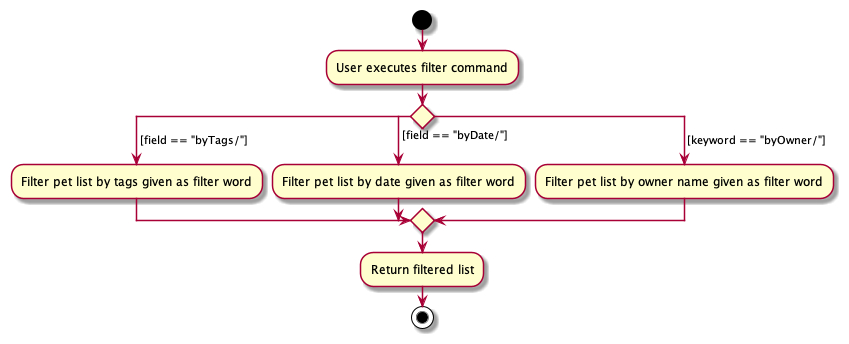
Above: docs/images/FilterActivityDiagram.png in nus-cs2103-AY2122S2/tp (PlantUML), before the change.
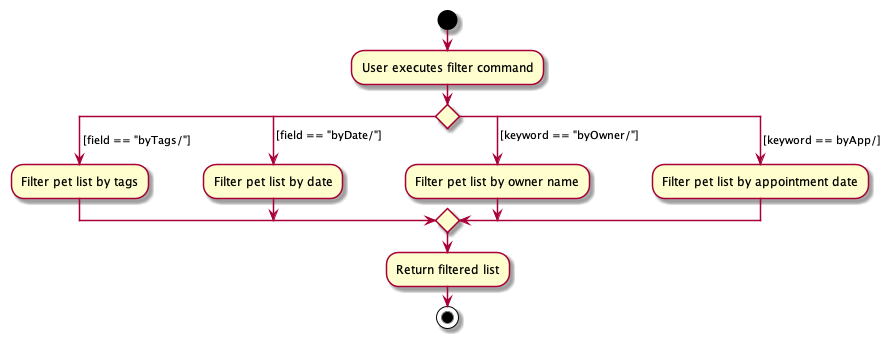
Later version of the same file.

What changed in the source:
```diff
@@ -1,14 +1,15 @@
 @startuml
-!pragma useVerticalIf on
 start
 :User executes filter command;
 switch ()
 case ( [field == "byTags/"] )
-    :Filter pet list by tags given as filter word;
+    :Filter pet list by tags;
 case ( [field == "byDate/"] )
-    :Filter pet list by date given as filter word;
+    :Filter pet list by date;
 case ( [keyword == "byOwner/"] )
-    :Filter pet list by owner name given as filter word;
+    :Filter pet list by owner name;
+case ( [keyword == byApp/] )
+    :Filter pet list by appointment date;
 endswitch
 
 :Return filtered list;
```
